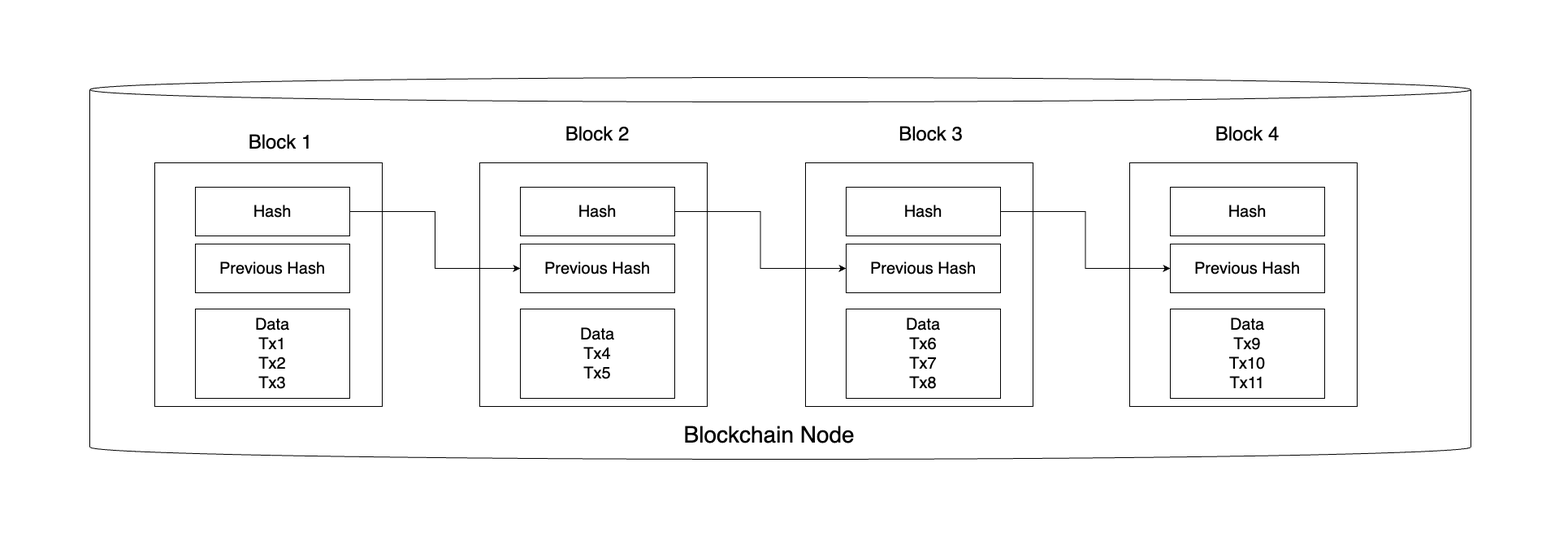
Earlier version of the draw.io export media/PerformanceTracking-Blockchain-Node.drawio.png (arditymeri/performance-measurement-and-optimization). Source tidied: cells renumbered, new cells last; positions are measured from the earlier drawing's top-left corner, leaving out a move shared by most shapes.
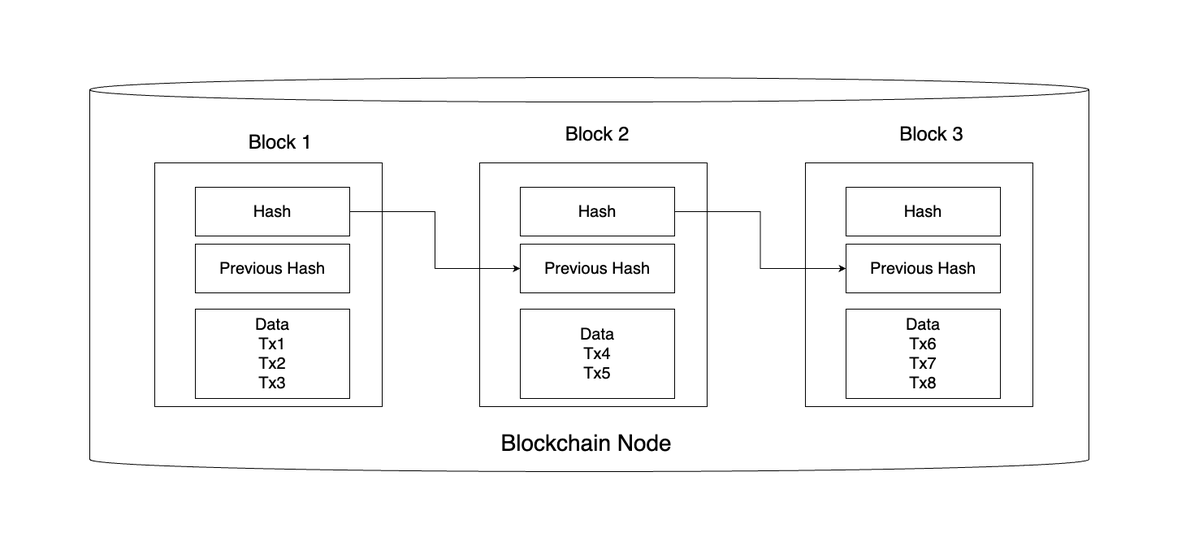
Above is the later version.

What changed in the source:
```diff
@@ -3,10 +3,10 @@
     <mxCell id="0" />
     <mxCell id="1" parent="0" />
     <mxCell id="2" style="rounded=0;whiteSpace=wrap;html=1;strokeColor=none;" parent="1" vertex="1">
-      <mxGeometry width="1930" height="660" as="geometry" />
+      <mxGeometry width="1460" height="660" as="geometry" />
     </mxCell>
     <mxCell id="3" style="shape=cylinder3;whiteSpace=wrap;html=1;boundedLbl=1;backgroundOutline=1;size=15;fontSize=18;" parent="1" vertex="1">
-      <mxGeometry x="110" y="95" width="1700" height="470" as="geometry" />
+      <mxGeometry x="110" y="95" width="1230" height="485" as="geometry" />
     </mxCell>
     <mxCell id="4" style="rounded=0;whiteSpace=wrap;html=1;fontSize=18;" parent="1" vertex="1">
       <mxGeometry x="190" y="200" width="280" height="300" as="geometry" />
@@ -60,25 +60,7 @@
       <mxGeometry x="1101.5" y="150" width="88.5" height="30" as="geometry" />
     </mxCell>
     <mxCell id="21" value="Blockchain Node&amp;nbsp;" style="text;html=1;align=center;verticalAlign=middle;whiteSpace=wrap;rounded=0;fontSize=28;" parent="1" vertex="1">
-      <mxGeometry x="831" y="520" width="239" height="30" as="geometry" />
+      <mxGeometry x="605.5" y="530" width="239" height="30" as="geometry" />
     </mxCell>
-    <mxCell id="22" style="rounded=0;whiteSpace=wrap;html=1;fontSize=18;" parent="1" vertex="1">
-      <mxGeometry x="1390" y="200" width="280" height="300" as="geometry" />
-    </mxCell>
-    <mxCell id="23" value="Hash" style="rounded=0;whiteSpace=wrap;html=1;fontSize=20;" parent="1" vertex="1">
-      <mxGeometry x="1440" y="230" width="190" height="60" as="geometry" />
-    </mxCell>
-    <mxCell id="24" value="Previous Hash" style="rounded=0;whiteSpace=wrap;html=1;fontSize=20;" parent="1" vertex="1">
-      <mxGeometry x="1440" y="300" width="190" height="60" as="geometry" />
-    </mxCell>
-    <mxCell id="25" value="Data&lt;div style=&quot;font-size: 20px;&quot;&gt;Tx9&lt;/div&gt;&lt;div style=&quot;font-size: 20px;&quot;&gt;Tx10&lt;/div&gt;&lt;div style=&quot;font-size: 20px;&quot;&gt;Tx11&lt;/div&gt;" style="rounded=0;whiteSpace=wrap;html=1;fontSize=20;" parent="1" vertex="1">
-      <mxGeometry x="1440" y="380" width="190" height="110" as="geometry" />
-    </mxCell>
-    <mxCell id="26" value="Block 4" style="text;html=1;align=center;verticalAlign=middle;whiteSpace=wrap;rounded=0;fontSize=24;" parent="1" vertex="1">
-      <mxGeometry x="1485" y="150" width="100" height="30" as="geometry" />
-    </mxCell>
-    <mxCell id="27" style="edgeStyle=orthogonalEdgeStyle;rounded=0;jettySize=auto;html=1;entryX=0;entryY=0.5;entryDx=0;entryDy=0;fontSize=20;" parent="1" edge="1" source="13" target="24">
-      <mxGeometry relative="1" as="geometry" />
-    </mxCell>
   </root>
 </mxGraphModel>
```
